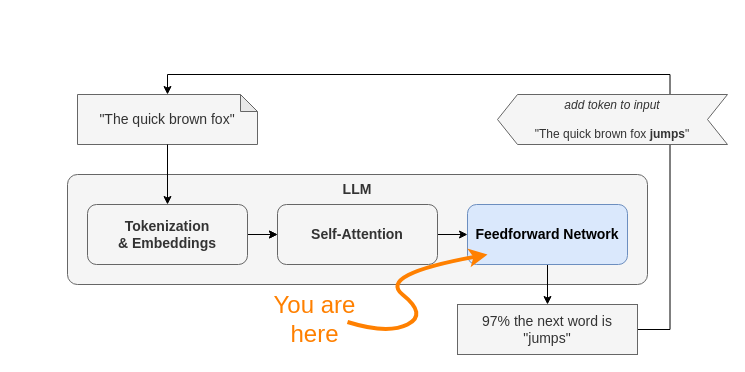
Above: book/images/ffn/llm-flow-ffn.drawio in yshavit/llm-notes (draw.io), before the change. Source tidied: cells renumbered, new cells numbered last; positions are measured from the earlier drawing's top-left corner, leaving out a move shared by most shapes. Both pictures are drawn from the tidied source at 100%, with x=0, y=0 at pixel (67, 94).
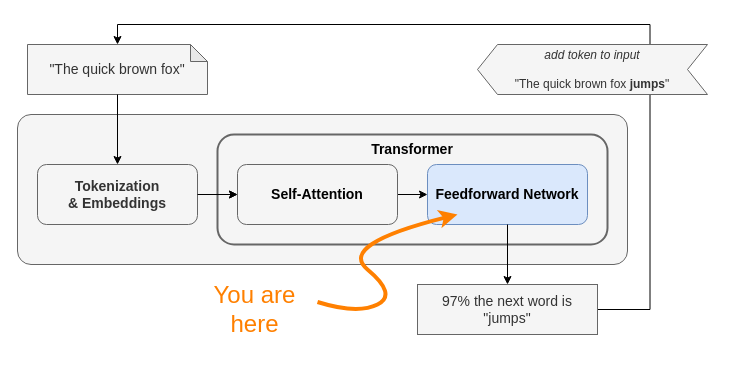
The same diagram, later.

Commit message (it also covers changes not shown here):
add transformer to architecture

Change to the diagram source:
```diff
@@
-    <mxCell id="2" value="&quot;The qui&lt;span style=&quot;background-color: transparent; color: light-dark(rgb(51, 51, 51), rgb(193, 193, 193));&quot;&gt;ck brown fox&quot;&lt;/span&gt;" style="shape=note;whiteSpace=wrap;html=1;backgroundOutline=1;darkOpacity=0.05;size=17;fillColor=#f5f5f5;strokeColor=#666666;fontSize=14;fontColor=#333333;" parent="1" vertex="1">
-      <mxGeometry x="10" width="180" height="50" as="geometry" />
-    </mxCell>
-    <mxCell id="3" value="LLM" style="rounded=1;whiteSpace=wrap;html=1;fillColor=#f5f5f5;strokeColor=#666666;arcSize=9;verticalAlign=top;fontSize=14;fontStyle=1;labelBackgroundColor=none;fontColor=#333333;" parent="1" vertex="1">
-      <mxGeometry y="80" width="580" height="110" as="geometry" />
-    </mxCell>
-    <mxCell id="4" style="edgeStyle=orthogonalEdgeStyle;rounded=0;jettySize=auto;html=1;" parent="1" edge="1" source="6" target="8">
-      <mxGeometry relative="1" as="geometry" />
-    </mxCell>
-    <mxCell id="5" style="edgeStyle=orthogonalEdgeStyle;rounded=0;jettySize=auto;html=1;" parent="1" edge="1" source="6" target="8">
-      <mxGeometry relative="1" as="geometry" />
-    </mxCell>
+    <mxCell id="18" value="&quot;The quick brown fox&quot;" style="shape=note;whiteSpace=wrap;html=1;backgroundOutline=1;darkOpacity=0.05;size=17;fillColor=#f5f5f5;strokeColor=#666666;fontSize=14;fontColor=#333333;" parent="1" vertex="1">
+      <mxGeometry x="-40" y="-50" width="180" height="50" as="geometry" />
+    </mxCell>
+    <mxCell id="19" style="rounded=1;whiteSpace=wrap;html=1;fillColor=#f5f5f5;strokeColor=#666666;arcSize=9;verticalAlign=top;fontSize=14;fontStyle=1;labelBackgroundColor=none;fontColor=#333333;" parent="1" vertex="1">
+      <mxGeometry x="-50" y="20" width="610" height="150" as="geometry" />
+    </mxCell>
+    <mxCell id="20" style="edgeStyle=orthogonalEdgeStyle;rounded=0;jettySize=auto;html=1;fontColor=#000000;" parent="1" edge="1" source="6" target="8">
+      <mxGeometry relative="1" as="geometry" />
+    </mxCell>
     <mxCell id="6" value="&lt;b&gt;Tokenization&lt;br&gt;&amp;amp; Embeddings&lt;/b&gt;" style="rounded=1;whiteSpace=wrap;html=1;fillColor=#f5f5f5;strokeColor=#666666;fontSize=14;fontColor=#333333;" parent="1" vertex="1">
-      <mxGeometry x="20" y="110" width="160" height="60" as="geometry" />
+      <mxGeometry x="-30" y="70" width="160" height="60" as="geometry" />
     </mxCell>
-    <mxCell id="7" style="edgeStyle=orthogonalEdgeStyle;rounded=0;jettySize=auto;html=1;" parent="1" edge="1" source="8" target="10">
+    <mxCell id="7" style="edgeStyle=orthogonalEdgeStyle;rounded=0;jettySize=auto;html=1;fontColor=#000000;" parent="1" edge="1" source="8" target="10">
       <mxGeometry relative="1" as="geometry" />
     </mxCell>
-    <mxCell id="8" value="&lt;b&gt;Self-Attention&lt;/b&gt;" style="rounded=1;whiteSpace=wrap;html=1;fillColor=#f5f5f5;fontColor=#333333;strokeColor=#666666;fontSize=14;" parent="1" vertex="1">
-      <mxGeometry x="210" y="110" width="160" height="60" as="geometry" />
+    <mxCell id="8" value="&lt;b&gt;Self-Attention&lt;/b&gt;" style="rounded=1;whiteSpace=wrap;html=1;fillColor=#f5f5f5;fontColor=#000000;strokeColor=#666666;fontSize=14;" parent="1" vertex="1">
+      <mxGeometry x="170" y="70" width="160" height="60" as="geometry" />
     </mxCell>
-    <mxCell id="9" style="edgeStyle=orthogonalEdgeStyle;rounded=0;jettySize=auto;html=1;" parent="1" edge="1" source="10" target="12">
-      <mxGeometry relative="1" as="geometry" />
-    </mxCell>
     <mxCell id="10" value="&lt;b&gt;Feedforward Network&lt;/b&gt;" style="rounded=1;whiteSpace=wrap;html=1;fillColor=#dae8fc;strokeColor=#6c8ebf;fontSize=14;" parent="1" vertex="1">
-      <mxGeometry x="400" y="110" width="160" height="60" as="geometry" />
+      <mxGeometry x="360" y="70" width="160" height="60" as="geometry" />
     </mxCell>
@@
     <mxCell id="12" value="97% the next word is &quot;jumps&quot;" style="rounded=0;whiteSpace=wrap;html=1;fontSize=14;fillColor=#f5f5f5;strokeColor=#666666;fontColor=#333333;" parent="1" vertex="1">
-      <mxGeometry x="390" y="210" width="180" height="50" as="geometry" />
+      <mxGeometry x="350" y="190" width="180" height="50" as="geometry" />
     </mxCell>
-    <mxCell id="13" style="edgeStyle=orthogonalEdgeStyle;rounded=0;jettySize=auto;html=1;exitX=0.75;exitY=0;exitDx=0;exitDy=0;entryX=0.5;entryY=0;entryDx=0;entryDy=0;entryPerimeter=0;" parent="1" edge="1" source="14" target="2">
-      <mxGeometry relative="1" as="geometry" />
-    </mxCell>
+    <mxCell id="21" style="edgeStyle=orthogonalEdgeStyle;rounded=0;jettySize=auto;html=1;exitX=0.75;exitY=0;exitDx=0;exitDy=0;entryX=0.5;entryY=0;entryDx=0;entryDy=0;entryPerimeter=0;" parent="1" edge="1" source="14" target="18">
+      <mxGeometry relative="1" as="geometry" />
+    </mxCell>
     <mxCell id="14" value="&lt;i&gt;add token to input&lt;/i&gt;&lt;div&gt;&lt;br&gt;&lt;/div&gt;&lt;div&gt;&quot;The quick brown fox &lt;b&gt;jumps&lt;/b&gt;&quot;&lt;/div&gt;" style="shape=step;perimeter=stepPerimeter;whiteSpace=wrap;html=1;fixedSize=1;fillColor=#f5f5f5;strokeColor=#666666;size=20;flipH=1;fontColor=#333333;" parent="1" vertex="1">
-      <mxGeometry x="430" width="230" height="50" as="geometry" />
+      <mxGeometry x="410" y="-50" width="230" height="50" as="geometry" />
     </mxCell>
-    <mxCell id="15" style="edgeStyle=orthogonalEdgeStyle;rounded=0;jettySize=auto;html=1;exitX=0.5;exitY=1;exitDx=0;exitDy=0;exitPerimeter=0;entryX=0.5;entryY=0;entryDx=0;entryDy=0;" parent="1" edge="1" source="2" target="6">
-      <mxGeometry relative="1" as="geometry" />
-    </mxCell>
+    <mxCell id="22" style="edgeStyle=orthogonalEdgeStyle;rounded=0;jettySize=auto;html=1;exitX=0.5;exitY=1;exitDx=0;exitDy=0;exitPerimeter=0;entryX=0.5;entryY=0;entryDx=0;entryDy=0;" parent="1" edge="1" source="18" target="6">
+      <mxGeometry relative="1" as="geometry" />
+    </mxCell>
+    <mxCell id="23" value="Transformer" style="rounded=1;whiteSpace=wrap;html=1;verticalAlign=top;fontSize=14;strokeWidth=2;fillColor=none;fontStyle=1;strokeColor=#666666;fontColor=#000000;" parent="1" vertex="1">
+      <mxGeometry x="150" y="40" width="390" height="110" as="geometry" />
+    </mxCell>
+    <mxCell id="24" style="edgeStyle=orthogonalEdgeStyle;rounded=0;jettySize=auto;html=1;fontColor=#000000;" parent="1" edge="1" source="6" target="8">
+      <mxGeometry relative="1" as="geometry" />
+    </mxCell>
+    <mxCell id="9" style="edgeStyle=orthogonalEdgeStyle;rounded=0;jettySize=auto;html=1;" parent="1" edge="1" source="10" target="12">
+      <mxGeometry relative="1" as="geometry" />
+    </mxCell>
+    <mxCell id="17" value="You are here" style="text;strokeColor=none;fillColor=none;align=center;verticalAlign=middle;rounded=0;fontSize=24;fontColor=#FF8000;labelBorderColor=none;textShadow=0;horizontal=1;glass=0;shadow=0;labelBackgroundColor=none;whiteSpace=wrap;html=1;convertToSvg=0;" parent="1" vertex="1">
+      <mxGeometry x="140" y="200" width="95" height="30" as="geometry" />
+    </mxCell>
     <mxCell id="16" style="curved=1;endArrow=classic;html=1;rounded=0;endFill=1;strokeWidth=4;fillColor=#d80073;strokeColor=#FF8000;startFill=1;comic=0;exitX=0;exitY=0.25;exitDx=0;exitDy=0;" parent="1" edge="1">
       <mxGeometry relative="1" as="geometry">
-        <mxPoint x="280" y="227.5" as="sourcePoint" />
-        <mxPoint x="420" y="160" as="targetPoint" />
+        <mxPoint x="250" y="207.5" as="sourcePoint" />
+        <mxPoint x="390" y="120" as="targetPoint" />
         <Array as="points">
-          <mxPoint x="320" y="240" />
-          <mxPoint x="360" y="220" />
-          <mxPoint x="310" y="180" />
+          <mxPoint x="290" y="220" />
+          <mxPoint x="330" y="200" />
+          <mxPoint x="270" y="150" />
         </Array>
       </mxGeometry>
     </mxCell>
-    <mxCell id="17" value="You are here" style="text;strokeColor=none;fillColor=none;align=center;verticalAlign=middle;rounded=0;fontSize=24;fontColor=#FF8000;labelBorderColor=none;textShadow=0;horizontal=1;glass=0;shadow=0;labelBackgroundColor=none;whiteSpace=wrap;html=1;convertToSvg=0;" parent="1" vertex="1">
-      <mxGeometry x="200" y="210" width="95" height="30" as="geometry" />
-    </mxCell>
```
